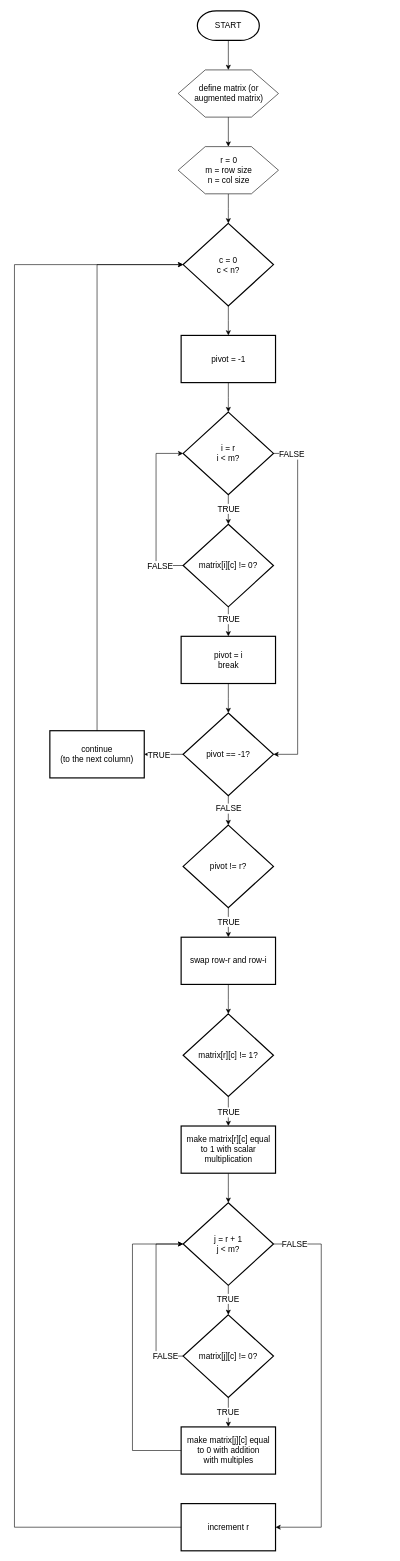
Earlier version of the draw.io diagram gauss-elimination/gauss-elimination.drawio (HarisHerdiansyah/computational-math). Source tidied: cells renumbered, new cells numbered last; positions are measured from the earlier drawing's top-left corner, leaving out a move shared by most shapes. Both pictures are drawn from the tidied source at 59%, with x=0, y=0 at pixel (14, 11).
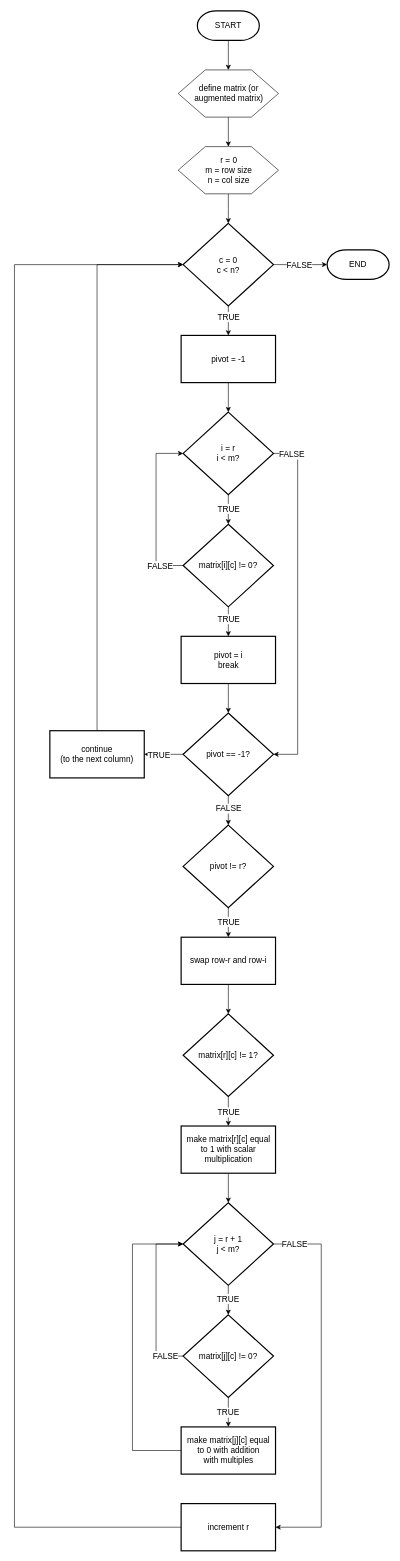
The same diagram, later.

Unchanged cells that the change refers to:
```xml
<mxCell id="8" style="edgeStyle=orthogonalEdgeStyle;rounded=0;jettySize=auto;html=1;" parent="1" edge="1" source="9" target="11">
  <mxGeometry relative="1" as="geometry" />
</mxCell>
<mxCell id="9" value="c = 0&lt;div&gt;c &amp;lt; n?&lt;/div&gt;" style="strokeWidth=2;html=1;shape=mxgraph.flowchart.decision;whiteSpace=wrap;fontSize=14;" parent="1" vertex="1">
  <mxGeometry x="285.9" y="360" width="153.1" height="140" as="geometry" />
</mxCell>
```

The edit, as a diff of the source:
```diff
@@
+    <mxCell id="55" value="&lt;font style=&quot;font-size: 14px;&quot;&gt;TRUE&lt;/font&gt;" style="edgeLabel;html=1;align=center;verticalAlign=middle;" parent="8" vertex="1">
+      <mxGeometry x="-0.27" relative="1" as="geometry" />
+    </mxCell>
+    <mxCell id="56" style="edgeStyle=orthogonalEdgeStyle;rounded=0;jettySize=auto;html=1;" parent="1" edge="1" source="9" target="58">
+      <mxGeometry relative="1" as="geometry" />
+    </mxCell>
+    <mxCell id="57" value="&lt;font style=&quot;font-size: 14px;&quot;&gt;FALSE&lt;/font&gt;" style="edgeLabel;html=1;align=center;verticalAlign=middle;" parent="56" vertex="1">
+      <mxGeometry x="-0.06" relative="1" as="geometry" />
+    </mxCell>
@@
+    <mxCell id="58" value="END" style="strokeWidth=2;html=1;shape=mxgraph.flowchart.terminator;whiteSpace=wrap;fontSize=14;" parent="1" vertex="1">
+      <mxGeometry x="530" y="405" width="105" height="50" as="geometry" />
+    </mxCell>
```
